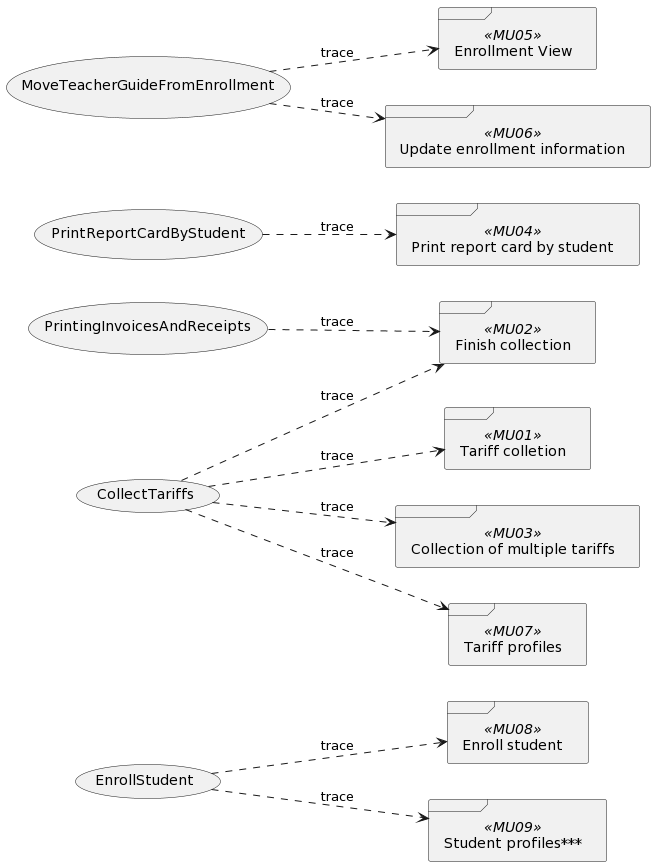
This is out/UseCaseView/TRACE.UseCase-x-Prototype.png from wsmcbl/wsmcbl.doc, a PlantUML export, as it was before one commit.
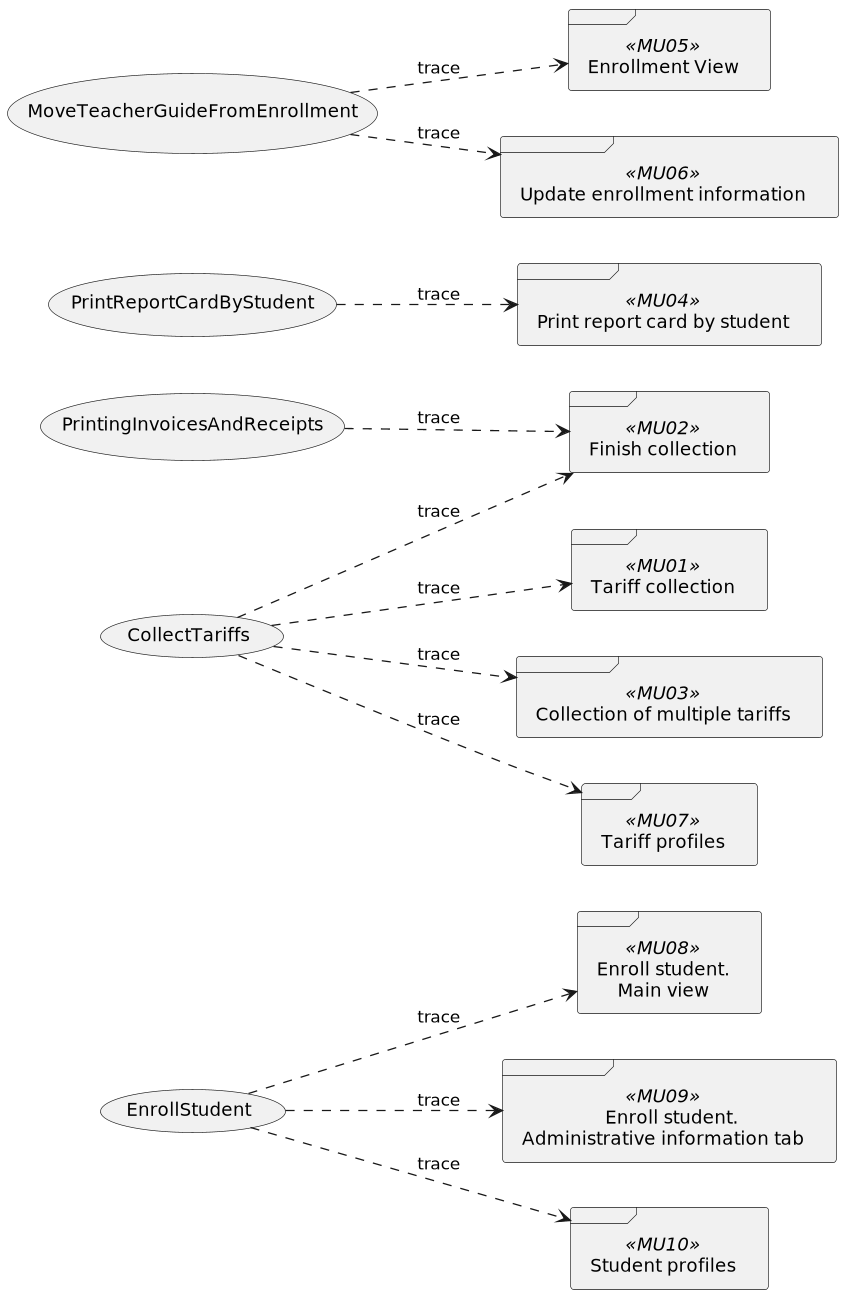
The same diagram one commit later.

What changed in the source:
```diff
@@ -1,4 +1,5 @@
 @startuml
+
 left to right direction
 
 usecase CU01 as "EnrollStudent"
@@ -7,24 +8,32 @@
 usecase CU21 as "MoveTeacherGuideFromEnrollment"
 usecase CU03 as "CollectTariffs"
 
-frame MU01 <<MU01>> as "Tariff colletion"
+frame MU01 <<MU01>> as "Tariff collection"
 frame MU02 <<MU02>> as "Finish collection"
 frame MU03 <<MU03>> as "Collection of multiple tariffs"
 frame MU04 <<MU04>> as "Print report card by student"
 frame MU05 <<MU05>> as "Enrollment View"
 frame MU06 <<MU06>> as "Update enrollment information"
 frame MU07 <<MU07>> as "Tariff profiles"
-frame MU08 <<MU08>> as "Enroll student"
-frame MU09 <<MU09>> as "Student profiles***"
+frame MU08 <<MU08>> as "Enroll student.\n    Main view"
+frame MU09 <<MU09>> as "\t\tEnroll student.\nAdministrative information tab"
+frame MU10 <<MU10>> as "Student profiles"
 
 CU29 ..> MU04 : trace
+
 CU21 ..> MU05 : trace
 CU21 ..> MU06 : trace
+
 CU03 ..> MU01 : trace
 CU03 ..> MU02 : trace
 CU03 ..> MU03 : trace
 CU03 ..> MU07 : trace
+
 CU58 ..> MU02 : trace
+
 CU01 ..> MU08 : trace
 CU01 ..> MU09 : trace
+CU01 ..> MU10 : trace
+
+
 @enduml
```
